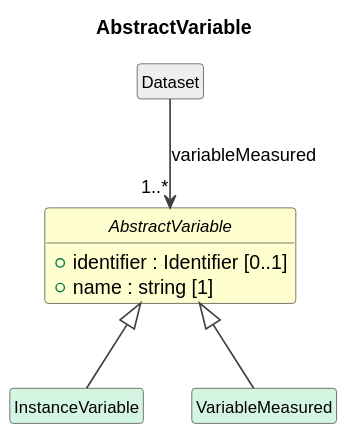
Earlier version of the PlantUML export cdif-uml-model/CDIFDataStructure/Classes/AbstractVariable.svg (Cross-Domain-Interoperability-Framework/metadataBuildingBlocks).
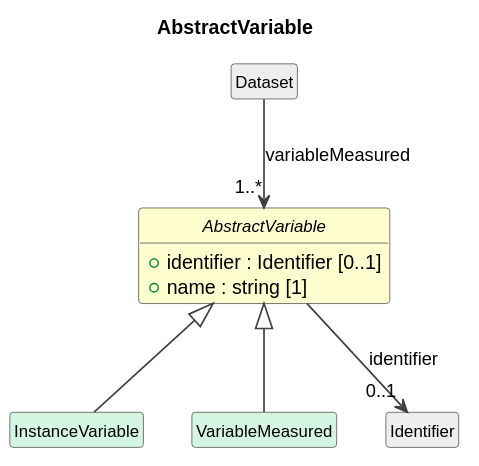
Above is the later version.

Change to the diagram source:
```diff
@@ -20,4 +20,6 @@
 AbstractVariable <|-- VariableMeasured
 class "Dataset" as Dataset #EEEEEE
 Dataset --> "1..*" AbstractVariable : variableMeasured
+class "Identifier" as Identifier #EEEEEE
+AbstractVariable --> "0..1" Identifier : identifier
 @enduml
```
